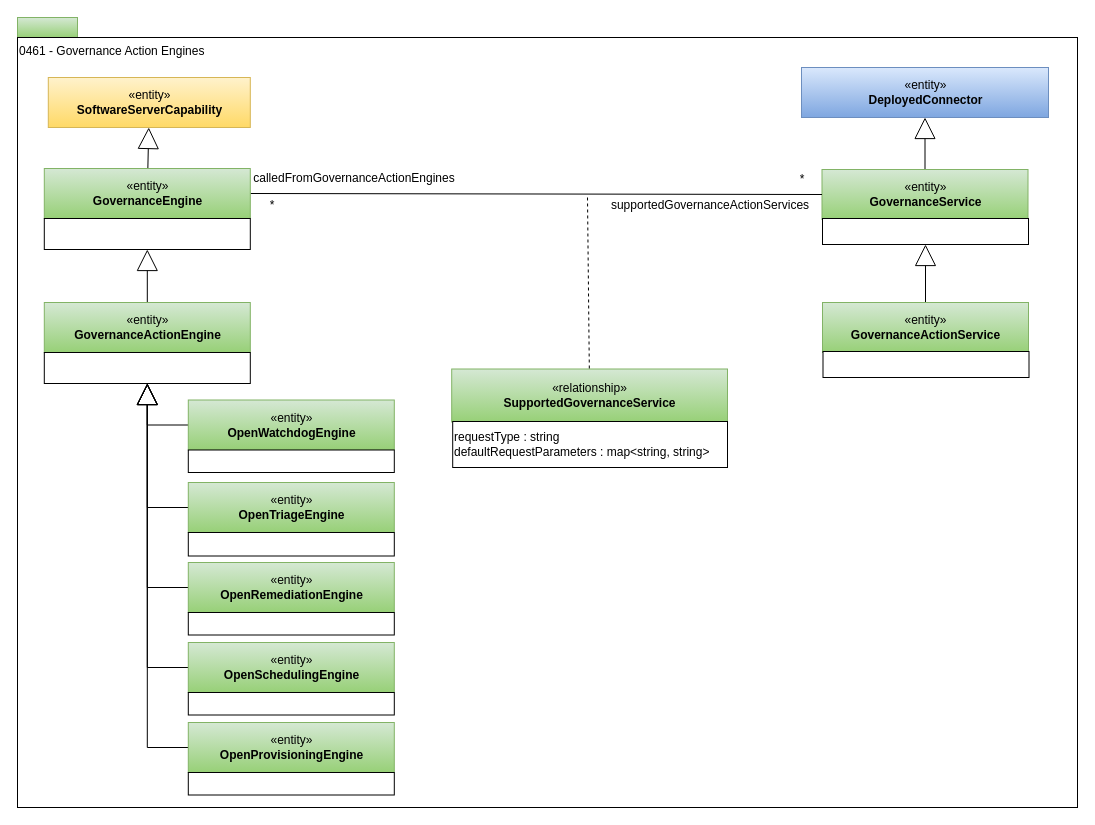
Before: page "0461-Governance-Engines" (21 of 28) of open-metadata-publication/website/open-metadata-types/area-4-governance.drawio in odpi/egeria, a draw.io diagram. Source tidied: cells renumbered, new cells numbered last; positions are measured from the earlier drawing's top-left corner, leaving out a move shared by most shapes. Both pictures are drawn from the tidied source at 100%, with x=0, y=0 at pixel (17, 17).
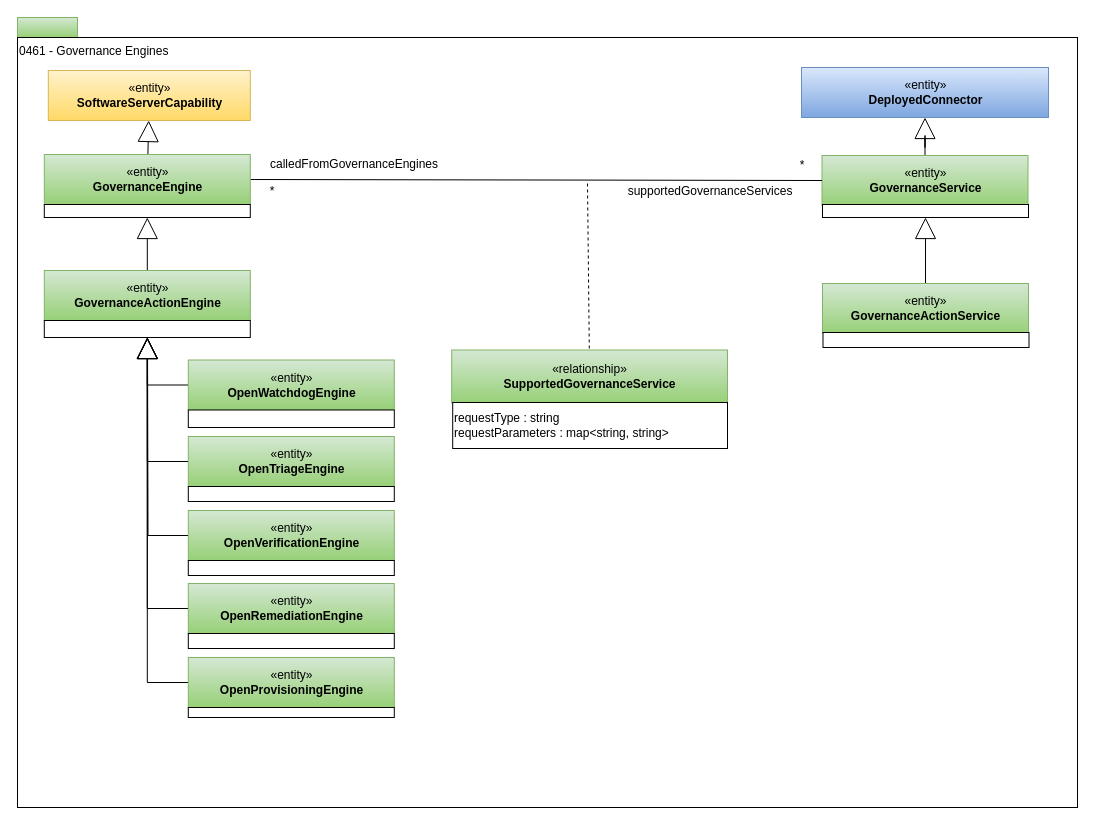
Above is the later version.

Change to the diagram source:
```diff
@@
-    <mxCell id="3" value="0461 - Governance Action Engines" style="rounded=0;whiteSpace=wrap;html=1;align=left;verticalAlign=top;" parent="1" vertex="1">
+    <mxCell id="3" value="0461 - Governance Engines" style="rounded=0;whiteSpace=wrap;html=1;align=left;verticalAlign=top;" parent="1" vertex="1">
       <mxGeometry y="20" width="1060" height="770" as="geometry" />
     </mxCell>
@@
     <mxCell id="5" value="«entity»&lt;br&gt;&lt;b&gt;GovernanceActionEngine&lt;/b&gt;" style="html=1;strokeColor=#82b366;align=center;fillColor=#d5e8d4;gradientColor=#97d077;" parent="1" vertex="1">
-      <mxGeometry x="26.8" y="285" width="206" height="50" as="geometry" />
+      <mxGeometry x="26.8" y="253" width="206" height="50" as="geometry" />
     </mxCell>
     <mxCell id="6" style="rounded=0;whiteSpace=wrap;html=1;strokeColor=#000000;gradientColor=#ffffff;align=center;" parent="1" vertex="1">
-      <mxGeometry x="26.8" y="335" width="206" height="31" as="geometry" />
+      <mxGeometry x="26.8" y="303" width="206" height="17" as="geometry" />
     </mxCell>
     <mxCell id="7" value="«entity»&lt;br&gt;&lt;b&gt;SoftwareServerCapability&lt;/b&gt;" style="html=1;strokeColor=#d6b656;align=center;fillColor=#fff2cc;gradientColor=#ffd966;" parent="1" vertex="1">
-      <mxGeometry x="30.8" y="60" width="202" height="50" as="geometry" />
+      <mxGeometry x="30.8" y="53" width="202" height="50" as="geometry" />
     </mxCell>
@@
     <mxCell id="9" value="«entity»&lt;br&gt;&lt;b&gt;OpenWatchdogEngine&lt;/b&gt;" style="html=1;strokeColor=#82b366;align=center;fillColor=#d5e8d4;gradientColor=#97d077;" parent="1" vertex="1">
-      <mxGeometry x="170.8" y="382.5" width="206" height="50" as="geometry" />
+      <mxGeometry x="170.8" y="342.5" width="206" height="50" as="geometry" />
     </mxCell>
     <mxCell id="10" style="rounded=0;whiteSpace=wrap;html=1;strokeColor=#000000;gradientColor=#ffffff;align=center;" parent="1" vertex="1">
-      <mxGeometry x="170.8" y="432.5" width="206" height="22.5" as="geometry" />
+      <mxGeometry x="170.8" y="392.5" width="206" height="17.5" as="geometry" />
     </mxCell>
@@
     <mxCell id="12" value="«entity»&lt;br&gt;&lt;b&gt;OpenTriageEngine&lt;/b&gt;" style="html=1;strokeColor=#82b366;align=center;fillColor=#d5e8d4;gradientColor=#97d077;" parent="1" vertex="1">
-      <mxGeometry x="170.8" y="465" width="206" height="50" as="geometry" />
+      <mxGeometry x="170.8" y="419" width="206" height="50" as="geometry" />
     </mxCell>
     <mxCell id="13" style="rounded=0;whiteSpace=wrap;html=1;strokeColor=#000000;gradientColor=#ffffff;align=center;" parent="1" vertex="1">
-      <mxGeometry x="170.8" y="515" width="206" height="23.5" as="geometry" />
+      <mxGeometry x="170.8" y="469" width="206" height="15" as="geometry" />
     </mxCell>
@@
     <mxCell id="15" value="«entity»&lt;br&gt;&lt;b&gt;OpenRemediationEngine&lt;/b&gt;" style="html=1;strokeColor=#82b366;align=center;fillColor=#d5e8d4;gradientColor=#97d077;" parent="1" vertex="1">
-      <mxGeometry x="170.8" y="545" width="206" height="50" as="geometry" />
+      <mxGeometry x="170.8" y="566" width="206" height="50" as="geometry" />
     </mxCell>
@@
-    <mxCell id="17" value="«entity»&lt;br&gt;&lt;b&gt;OpenSchedulingEngine&lt;/b&gt;" style="html=1;strokeColor=#82b366;align=center;fillColor=#d5e8d4;gradientColor=#97d077;" parent="1" vertex="1">
-      <mxGeometry x="170.8" y="625" width="206" height="50" as="geometry" />
+    <mxCell id="17" value="«entity»&lt;br&gt;&lt;b&gt;OpenProvisioningEngine&lt;/b&gt;" style="html=1;strokeColor=#82b366;align=center;fillColor=#d5e8d4;gradientColor=#97d077;" parent="1" vertex="1">
+      <mxGeometry x="170.8" y="640" width="206" height="50" as="geometry" />
     </mxCell>
-    <mxCell id="18" style="edgeStyle=orthogonalEdgeStyle;rounded=0;jettySize=auto;html=1;exitX=0;exitY=0.5;exitDx=0;exitDy=0;endArrow=block;endFill=0;endSize=19;strokeWidth=1;entryX=0.5;entryY=1;entryDx=0;entryDy=0;" parent="1" edge="1" source="19" target="6">
-      <mxGeometry relative="1" as="geometry" />
-    </mxCell>
-    <mxCell id="19" value="«entity»&lt;br&gt;&lt;b&gt;OpenProvisioningEngine&lt;/b&gt;" style="html=1;strokeColor=#82b366;align=center;fillColor=#d5e8d4;gradientColor=#97d077;" parent="1" vertex="1">
-      <mxGeometry x="170.8" y="705" width="206" height="50" as="geometry" />
-    </mxCell>
@@
     <mxCell id="21" value="«entity»&lt;br&gt;&lt;b&gt;GovernanceService&lt;/b&gt;" style="html=1;strokeColor=#82b366;align=center;fillColor=#d5e8d4;gradientColor=#97d077;" parent="1" vertex="1">
-      <mxGeometry x="804.5" y="152" width="206" height="50" as="geometry" />
+      <mxGeometry x="804.5" y="138" width="206" height="50" as="geometry" />
     </mxCell>
     <mxCell id="22" style="rounded=0;whiteSpace=wrap;html=1;strokeColor=#000000;gradientColor=#ffffff;align=left;" parent="1" vertex="1">
-      <mxGeometry x="805" y="201" width="206" height="26" as="geometry" />
+      <mxGeometry x="805" y="187" width="206" height="13" as="geometry" />
     </mxCell>
     <mxCell id="23" value="«relationship»&lt;br&gt;&lt;b&gt;SupportedGovernanceService&lt;/b&gt;" style="html=1;strokeColor=#82b366;align=center;fillColor=#d5e8d4;gradientColor=#97d077;" parent="1" vertex="1">
-      <mxGeometry x="434.2" y="351.5" width="275.8" height="53" as="geometry" />
+      <mxGeometry x="434.2" y="332.5" width="275.8" height="53" as="geometry" />
     </mxCell>
     <mxCell id="24" style="endArrow=none;dashed=1;html=1;" parent="1" edge="1" target="23">
       <mxGeometry relative="1" as="geometry">
-        <mxPoint x="570" y="180" as="sourcePoint" />
+        <mxPoint x="570" y="166" as="sourcePoint" />
       </mxGeometry>
     </mxCell>
     <mxCell id="25" value="*" style="text;html=1;strokeColor=none;fillColor=none;align=center;verticalAlign=middle;whiteSpace=wrap;rounded=0;" parent="1" vertex="1">
-      <mxGeometry x="234.8" y="177.5" width="40" height="20" as="geometry" />
+      <mxGeometry x="234.8" y="163.5" width="40" height="20" as="geometry" />
     </mxCell>
     <mxCell id="26" value="*" style="text;html=1;strokeColor=none;fillColor=none;align=center;verticalAlign=middle;whiteSpace=wrap;rounded=0;" parent="1" vertex="1">
-      <mxGeometry x="764.5" y="152" width="40" height="20" as="geometry" />
+      <mxGeometry x="764.5" y="138" width="40" height="20" as="geometry" />
     </mxCell>
-    <mxCell id="27" value="requestType : string&lt;br&gt;defaultRequestParameters : map&amp;lt;string, string&amp;gt;" style="rounded=0;whiteSpace=wrap;html=1;strokeColor=#000000;align=left;fillColor=#ffffff;" parent="1" vertex="1">
-      <mxGeometry x="435.2" y="404" width="274.8" height="46" as="geometry" />
+    <mxCell id="27" value="requestType : string&lt;br&gt;requestParameters : map&amp;lt;string, string&amp;gt;" style="rounded=0;whiteSpace=wrap;html=1;strokeColor=#000000;align=left;fillColor=#ffffff;" parent="1" vertex="1">
+      <mxGeometry x="435.2" y="385" width="274.8" height="46" as="geometry" />
     </mxCell>
-    <mxCell id="28" value="supportedGovernanceActionServices" style="text;html=1;strokeColor=none;fillColor=none;align=center;verticalAlign=middle;whiteSpace=wrap;rounded=0;" parent="1" vertex="1">
-      <mxGeometry x="620.2" y="177.5" width="146" height="20" as="geometry" />
+    <mxCell id="28" value="supportedGovernanceServices" style="text;html=1;strokeColor=none;fillColor=none;align=center;verticalAlign=middle;whiteSpace=wrap;rounded=0;" parent="1" vertex="1">
+      <mxGeometry x="620.2" y="163.5" width="146" height="20" as="geometry" />
     </mxCell>
-    <mxCell id="29" value="calledFromGovernanceActionEngines" style="text;html=1;strokeColor=none;fillColor=none;align=center;verticalAlign=middle;whiteSpace=wrap;rounded=0;" parent="1" vertex="1">
-      <mxGeometry x="250" y="151" width="174" height="20" as="geometry" />
+    <mxCell id="29" value="calledFromGovernanceEngines" style="text;html=1;strokeColor=none;fillColor=none;align=center;verticalAlign=middle;whiteSpace=wrap;rounded=0;" parent="1" vertex="1">
+      <mxGeometry x="250" y="137" width="174" height="20" as="geometry" />
     </mxCell>
@@
-    <mxCell id="32" style="edgeStyle=orthogonalEdgeStyle;rounded=0;jettySize=auto;html=1;endArrow=block;endFill=0;endSize=19;strokeWidth=1;" parent="1" edge="1" source="33">
-      <mxGeometry relative="1" as="geometry">
-        <mxPoint x="908" y="227" as="targetPoint" />
-      </mxGeometry>
+    <mxCell id="32" style="edgeStyle=orthogonalEdgeStyle;rounded=0;jettySize=auto;html=1;endArrow=block;endFill=0;endSize=19;strokeWidth=1;entryX=0.5;entryY=1;entryDx=0;entryDy=0;" parent="1" edge="1" source="33" target="22">
+      <mxGeometry relative="1" as="geometry" />
     </mxCell>
     <mxCell id="33" value="«entity»&lt;br&gt;&lt;b&gt;GovernanceActionService&lt;/b&gt;" style="html=1;strokeColor=#82b366;align=center;fillColor=#d5e8d4;gradientColor=#97d077;" parent="1" vertex="1">
-      <mxGeometry x="805" y="285" width="206" height="50" as="geometry" />
+      <mxGeometry x="805" y="266" width="206" height="50" as="geometry" />
     </mxCell>
     <mxCell id="34" style="rounded=0;whiteSpace=wrap;html=1;strokeColor=#000000;gradientColor=#ffffff;align=left;" parent="1" vertex="1">
-      <mxGeometry x="805.5" y="334" width="206" height="26" as="geometry" />
+      <mxGeometry x="805.5" y="315" width="206" height="15" as="geometry" />
     </mxCell>
@@
     <mxCell id="36" value="«entity»&lt;br&gt;&lt;b&gt;GovernanceEngine&lt;/b&gt;" style="html=1;strokeColor=#82b366;align=center;fillColor=#d5e8d4;gradientColor=#97d077;" parent="1" vertex="1">
-      <mxGeometry x="26.8" y="151" width="206" height="50" as="geometry" />
+      <mxGeometry x="26.8" y="137" width="206" height="50" as="geometry" />
     </mxCell>
     <mxCell id="37" style="rounded=0;whiteSpace=wrap;html=1;strokeColor=#000000;gradientColor=#ffffff;align=center;" parent="1" vertex="1">
-      <mxGeometry x="26.8" y="201" width="206" height="31" as="geometry" />
+      <mxGeometry x="26.8" y="187" width="206" height="13" as="geometry" />
     </mxCell>
     <mxCell id="38" style="rounded=0;whiteSpace=wrap;html=1;strokeColor=#000000;gradientColor=#ffffff;align=center;" parent="1" vertex="1">
-      <mxGeometry x="170.8" y="675" width="206" height="22.5" as="geometry" />
+      <mxGeometry x="170.8" y="690" width="206" height="10" as="geometry" />
     </mxCell>
-    <mxCell id="39" style="rounded=0;whiteSpace=wrap;html=1;strokeColor=#000000;gradientColor=#ffffff;align=center;" parent="1" vertex="1">
-      <mxGeometry x="170.8" y="755" width="206" height="22.5" as="geometry" />
-    </mxCell>
-    <mxCell id="40" style="rounded=0;whiteSpace=wrap;html=1;strokeColor=#000000;gradientColor=#ffffff;align=center;" parent="1" vertex="1">
-      <mxGeometry x="170.8" y="595" width="206" height="22.5" as="geometry" />
-    </mxCell>
+    <mxCell id="41" style="edgeStyle=orthogonalEdgeStyle;rounded=0;jettySize=auto;html=1;exitX=0;exitY=0.5;exitDx=0;exitDy=0;endArrow=block;endFill=0;endSize=19;strokeWidth=1;" parent="1" edge="1" source="42">
+      <mxGeometry relative="1" as="geometry">
+        <mxPoint x="130" y="320" as="targetPoint" />
+      </mxGeometry>
+    </mxCell>
+    <mxCell id="42" value="«entity»&lt;br&gt;&lt;b&gt;OpenVerificationEngine&lt;/b&gt;" style="html=1;strokeColor=#82b366;align=center;fillColor=#d5e8d4;gradientColor=#97d077;" parent="1" vertex="1">
+      <mxGeometry x="170.8" y="493" width="206" height="50" as="geometry" />
+    </mxCell>
+    <mxCell id="43" style="rounded=0;whiteSpace=wrap;html=1;strokeColor=#000000;gradientColor=#ffffff;align=center;" parent="1" vertex="1">
+      <mxGeometry x="170.8" y="543" width="206" height="15" as="geometry" />
+    </mxCell>
+    <mxCell id="44" style="rounded=0;whiteSpace=wrap;html=1;strokeColor=#000000;gradientColor=#ffffff;align=center;" parent="1" vertex="1">
+      <mxGeometry x="170.8" y="616" width="206" height="15" as="geometry" />
+    </mxCell>
```
